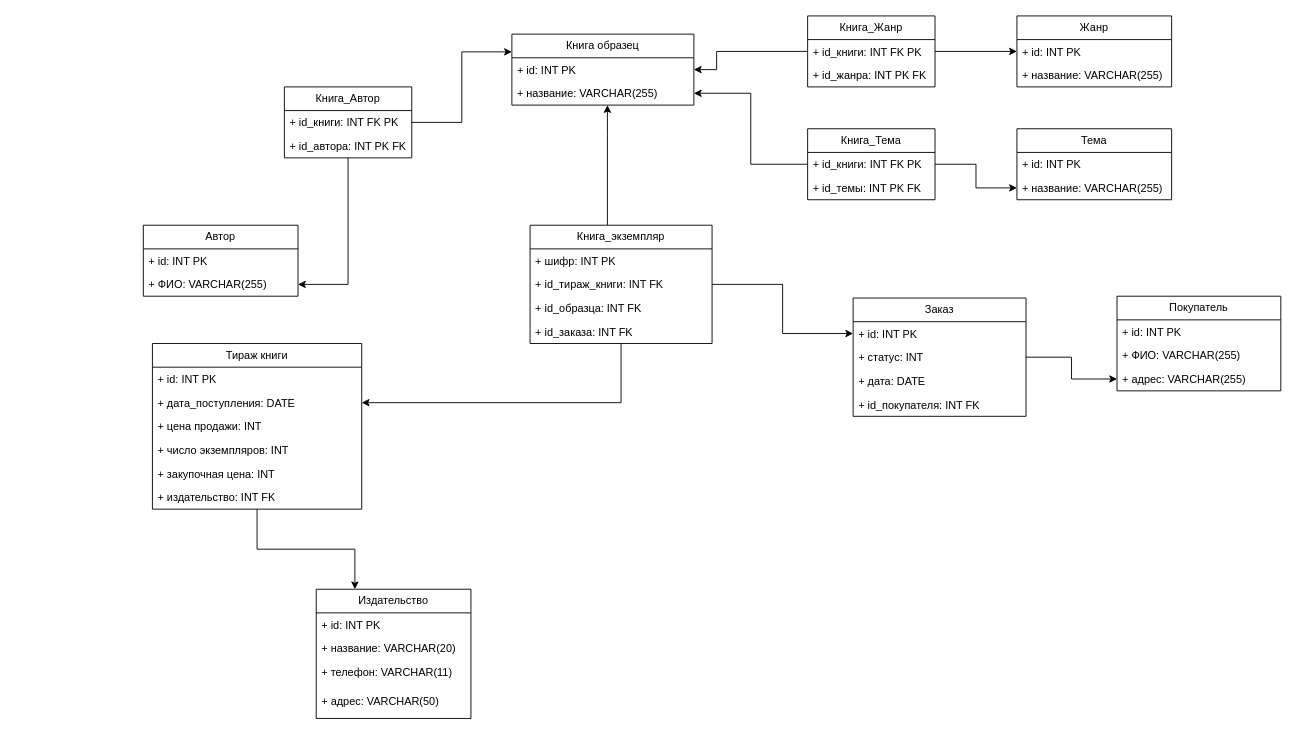
202rna/sql_labs2025 keeps this draw.io diagram as sources/relation_model.drawio. Above is the earlier version. Source tidied: cells renumbered, new cells numbered last; positions are measured from the earlier drawing's top-left corner, leaving out a move shared by most shapes. Both pictures are drawn from the tidied source at 91%, with x=0, y=0 at pixel (143, 15).
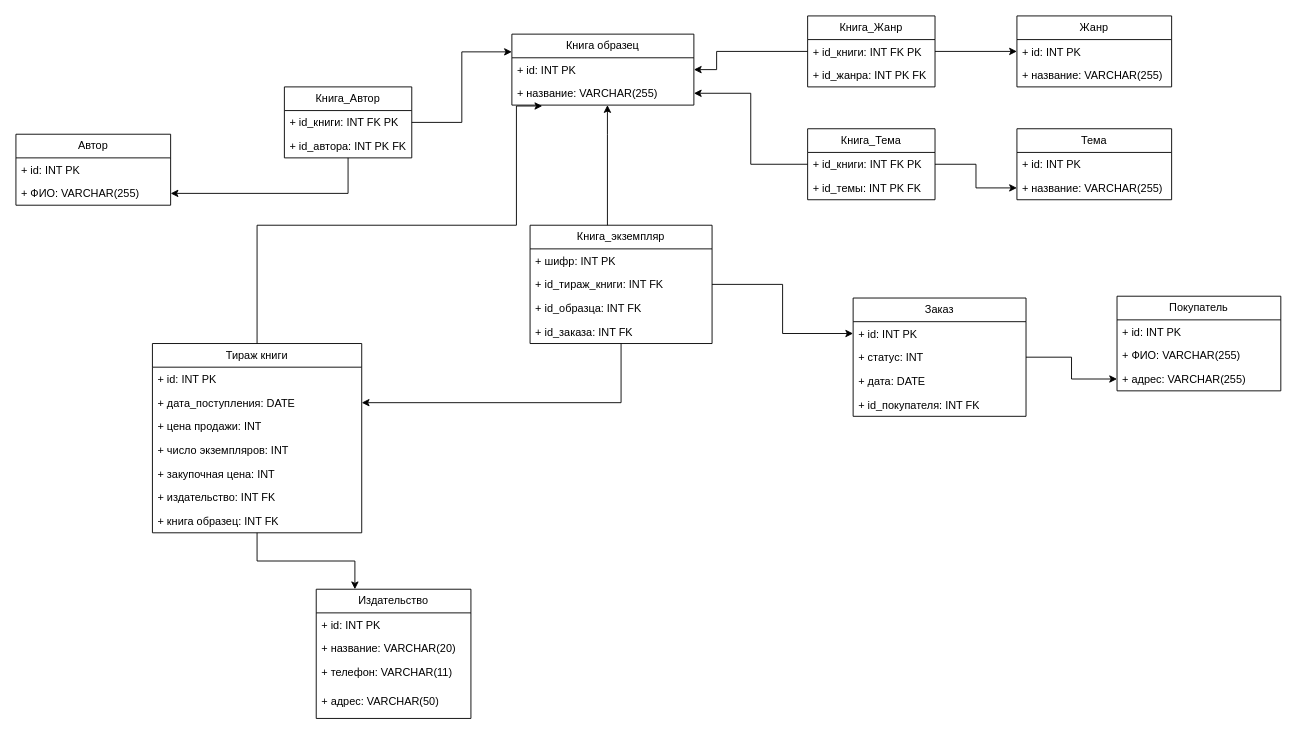
The same page after the edit.

Unchanged cells that the change refers to:
```xml
<mxCell id="27" value="+ название: VARCHAR(255)" style="text;strokeColor=none;fillColor=none;align=left;verticalAlign=top;spacingLeft=4;spacingRight=4;overflow=hidden;points=[[0,0.5],[1,0.5]];portConstraint=eastwest;whiteSpace=wrap;html=1;" parent="25" vertex="1">
  <mxGeometry y="52" width="200" height="26" as="geometry" />
</mxCell>
```

The edit, as a diff of the source:
```diff
@@
     <mxCell id="8" value="Тираж книги" style="swimlane;fontStyle=0;horizontal=1;startSize=26;fillColor=none;whiteSpace=wrap;html=1;" parent="1" vertex="1">
-      <mxGeometry x="10" y="360" width="230" height="182" as="geometry" />
+      <mxGeometry x="10" y="360" width="230" height="208" as="geometry" />
     </mxCell>
@@
+    <mxCell id="60" value="+ книга образец: INT FK" style="text;strokeColor=none;fillColor=none;align=left;verticalAlign=top;spacingLeft=4;spacingRight=4;overflow=hidden;whiteSpace=wrap;html=1;" parent="8" vertex="1">
+      <mxGeometry y="182" width="230" height="26" as="geometry" />
+    </mxCell>
@@
     <mxCell id="34" value="Автор" style="swimlane;fontStyle=0;horizontal=1;startSize=26;fillColor=none;whiteSpace=wrap;html=1;" parent="1" vertex="1">
-      <mxGeometry y="230" width="170" height="78" as="geometry" />
+      <mxGeometry x="-140" y="130" width="170" height="78" as="geometry" />
     </mxCell>
@@
+    <mxCell id="61" style="edgeStyle=orthogonalEdgeStyle;rounded=0;jettySize=auto;html=1;entryX=0.167;entryY=1.038;entryDx=0;entryDy=0;entryPerimeter=0;" parent="1" edge="1" source="8" target="27">
+      <mxGeometry relative="1" as="geometry">
+        <Array as="points">
+          <mxPoint x="125" y="230" />
+          <mxPoint x="410" y="230" />
+          <mxPoint x="410" y="99" />
+        </Array>
+      </mxGeometry>
+    </mxCell>
```
